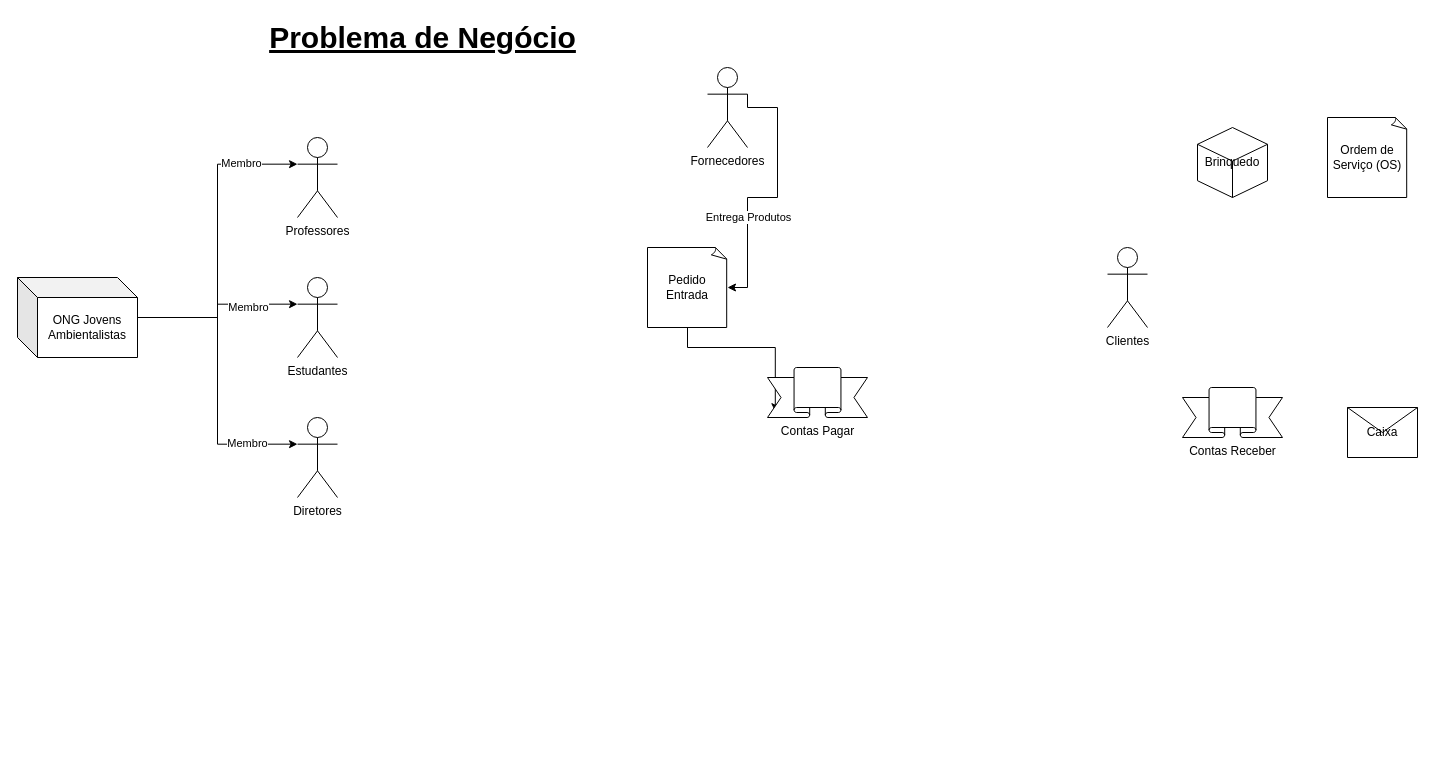
Earlier version of the draw.io diagram APS - Problema.drawio (CSFelix/UML). Source tidied: cells renumbered, new cells numbered last; positions are measured from the earlier drawing's top-left corner, leaving out a move shared by most shapes. Both pictures are drawn from the tidied source at 100%, with x=0, y=0 at pixel (17, 17).
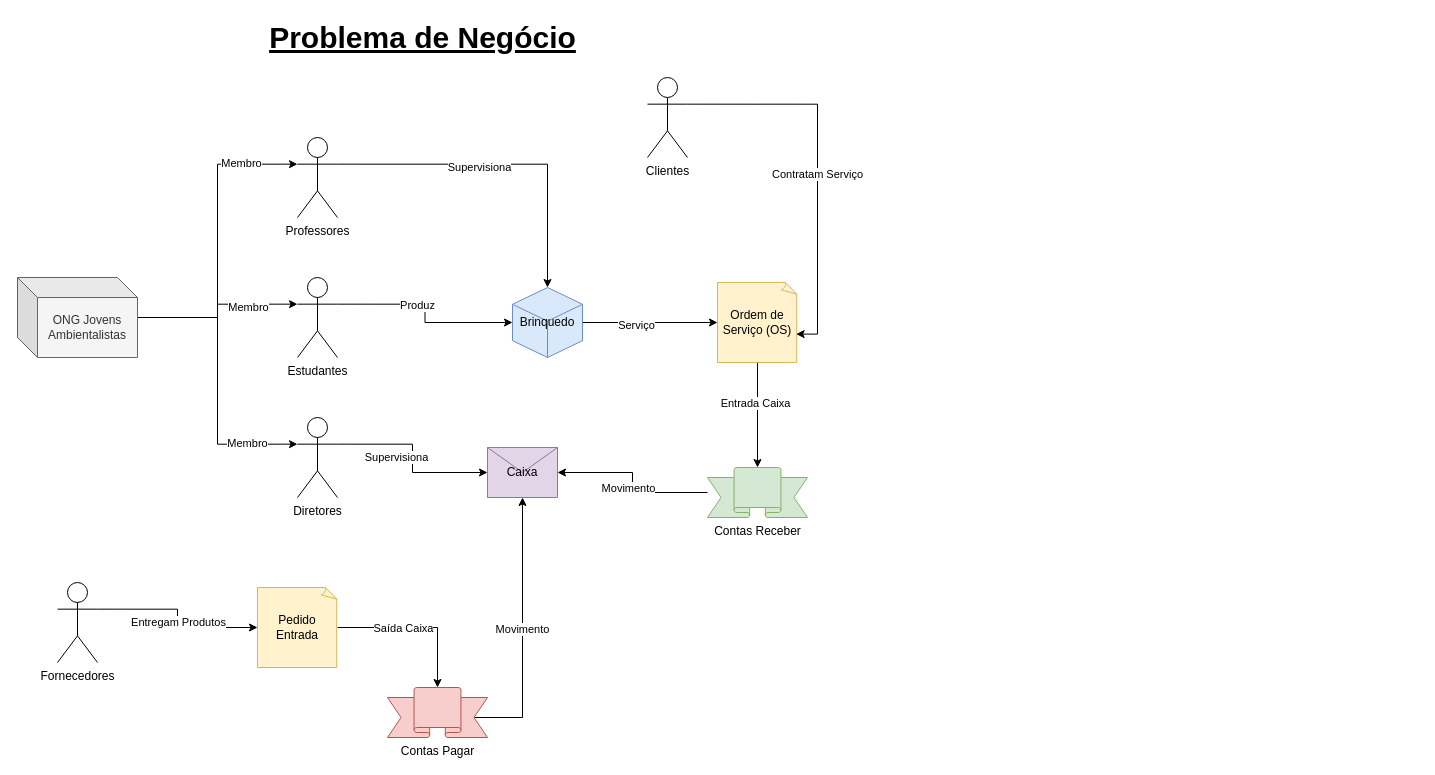
The same page after the edit.

Unchanged cells that the change refers to:
```xml
<mxCell id="3" value="Estudantes" style="shape=umlActor;verticalLabelPosition=bottom;verticalAlign=top;html=1;outlineConnect=0;" parent="1" vertex="1">
  <mxGeometry x="280" y="260" width="40" height="80" as="geometry" />
</mxCell>
<mxCell id="4" value="Professores" style="shape=umlActor;verticalLabelPosition=bottom;verticalAlign=top;html=1;outlineConnect=0;" parent="1" vertex="1">
  <mxGeometry x="280" y="120" width="40" height="80" as="geometry" />
</mxCell>
<mxCell id="5" value="Diretores" style="shape=umlActor;verticalLabelPosition=bottom;verticalAlign=top;html=1;outlineConnect=0;" parent="1" vertex="1">
  <mxGeometry x="280" y="400" width="40" height="80" as="geometry" />
</mxCell>
```

Diff of the diagram source:
```diff
@@
+    <mxCell id="24" style="edgeStyle=orthogonalEdgeStyle;rounded=0;jettySize=auto;html=1;exitX=1;exitY=0.3333333333333333;exitDx=0;exitDy=0;exitPerimeter=0;" parent="1" edge="1" source="3" target="6">
+      <mxGeometry relative="1" as="geometry" />
+    </mxCell>
+    <mxCell id="25" value="Produz" style="edgeLabel;html=1;align=center;verticalAlign=middle;" parent="24" vertex="1">
+      <mxGeometry x="-0.17" y="-1" relative="1" as="geometry" />
+    </mxCell>
@@
+    <mxCell id="26" style="edgeStyle=orthogonalEdgeStyle;rounded=0;jettySize=auto;html=1;exitX=1;exitY=0.3333333333333333;exitDx=0;exitDy=0;exitPerimeter=0;" parent="1" edge="1" source="4" target="6">
+      <mxGeometry relative="1" as="geometry" />
+    </mxCell>
+    <mxCell id="27" value="Supervisiona" style="edgeLabel;html=1;align=center;verticalAlign=middle;" parent="26" vertex="1">
+      <mxGeometry x="-0.15" y="-3" relative="1" as="geometry" />
+    </mxCell>
@@
+    <mxCell id="28" style="edgeStyle=orthogonalEdgeStyle;rounded=0;jettySize=auto;html=1;exitX=1;exitY=0.3333333333333333;exitDx=0;exitDy=0;exitPerimeter=0;" parent="1" edge="1" source="5" target="23">
+      <mxGeometry relative="1" as="geometry" />
+    </mxCell>
+    <mxCell id="29" value="Supervisiona" style="edgeLabel;html=1;align=center;verticalAlign=middle;" parent="28" vertex="1">
+      <mxGeometry x="-0.35" y="2" relative="1" as="geometry">
+        <mxPoint y="15.3" as="offset" />
+      </mxGeometry>
+    </mxCell>
@@
+    <mxCell id="30" style="edgeStyle=orthogonalEdgeStyle;rounded=0;jettySize=auto;html=1;" parent="1" edge="1" source="6" target="7">
+      <mxGeometry relative="1" as="geometry" />
+    </mxCell>
+    <mxCell id="31" value="Serviço" style="edgeLabel;html=1;align=center;verticalAlign=middle;" parent="30" vertex="1">
+      <mxGeometry x="-0.21" y="-2" relative="1" as="geometry" />
+    </mxCell>
-    <mxCell id="6" value="Brinquedo" style="whiteSpace=wrap;html=1;shape=mxgraph.basic.isocube;isoAngle=15;" parent="1" vertex="1">
-      <mxGeometry x="1180" y="110" width="70" height="70" as="geometry" />
+    <mxCell id="6" value="Brinquedo" style="whiteSpace=wrap;html=1;shape=mxgraph.basic.isocube;isoAngle=15;fillColor=#dae8fc;strokeColor=#6c8ebf;" parent="1" vertex="1">
+      <mxGeometry x="495" y="270" width="70" height="70" as="geometry" />
     </mxCell>
+    <mxCell id="32" style="edgeStyle=orthogonalEdgeStyle;rounded=0;jettySize=auto;html=1;" parent="1" edge="1" source="7" target="11">
+      <mxGeometry relative="1" as="geometry" />
+    </mxCell>
+    <mxCell id="33" value="Entrada Caixa" style="edgeLabel;html=1;align=center;verticalAlign=middle;" parent="32" vertex="1">
+      <mxGeometry x="-0.23" y="-3" relative="1" as="geometry" />
+    </mxCell>
-    <mxCell id="7" value="Ordem de Serviço (OS)" style="whiteSpace=wrap;html=1;shape=mxgraph.basic.document;" parent="1" vertex="1">
-      <mxGeometry x="1310" y="100" width="80" height="80" as="geometry" />
+    <mxCell id="7" value="Ordem de Serviço (OS)" style="whiteSpace=wrap;html=1;shape=mxgraph.basic.document;fillColor=#fff2cc;strokeColor=#d6b656;" parent="1" vertex="1">
+      <mxGeometry x="700" y="265" width="80" height="80" as="geometry" />
     </mxCell>
-    <mxCell id="8" style="edgeStyle=orthogonalEdgeStyle;rounded=0;jettySize=auto;html=1;entryX=0.078;entryY=0.884;entryDx=0;entryDy=0;entryPerimeter=0;exitX=0.5;exitY=1;exitDx=0;exitDy=0;exitPerimeter=0;" parent="1" edge="1" source="9" target="10">
+    <mxCell id="8" style="edgeStyle=orthogonalEdgeStyle;rounded=0;jettySize=auto;html=1;" parent="1" edge="1" source="9" target="10">
       <mxGeometry relative="1" as="geometry" />
     </mxCell>
+    <mxCell id="34" value="Saída Caixa" style="edgeLabel;html=1;align=center;verticalAlign=middle;" parent="8" vertex="1">
+      <mxGeometry x="-0.19" relative="1" as="geometry" />
+    </mxCell>
-    <mxCell id="9" value="Pedido Entrada" style="whiteSpace=wrap;html=1;shape=mxgraph.basic.document;" parent="1" vertex="1">
-      <mxGeometry x="630" y="230" width="80" height="80" as="geometry" />
+    <mxCell id="9" value="Pedido Entrada" style="whiteSpace=wrap;html=1;shape=mxgraph.basic.document;fillColor=#fff2cc;strokeColor=#d6b656;" parent="1" vertex="1">
+      <mxGeometry x="240" y="570" width="80" height="80" as="geometry" />
     </mxCell>
+    <mxCell id="35" style="edgeStyle=orthogonalEdgeStyle;rounded=0;jettySize=auto;html=1;exitX=0.87;exitY=0.6;exitDx=0;exitDy=0;exitPerimeter=0;" parent="1" edge="1" source="10" target="23">
+      <mxGeometry relative="1" as="geometry">
+        <Array as="points">
+          <mxPoint x="505" y="700" />
+        </Array>
+      </mxGeometry>
+    </mxCell>
+    <mxCell id="36" value="Movimento" style="edgeLabel;html=1;align=center;verticalAlign=middle;" parent="35" vertex="1">
+      <mxGeometry x="-0.52" y="1" relative="1" as="geometry">
+        <mxPoint y="-73" as="offset" />
+      </mxGeometry>
+    </mxCell>
-    <mxCell id="10" value="Contas Pagar" style="verticalLabelPosition=bottom;verticalAlign=top;html=1;shape=mxgraph.basic.banner;" parent="1" vertex="1">
-      <mxGeometry x="750" y="350" width="100" height="50" as="geometry" />
+    <mxCell id="10" value="Contas Pagar" style="verticalLabelPosition=bottom;verticalAlign=top;html=1;shape=mxgraph.basic.banner;fillColor=#f8cecc;strokeColor=#b85450;" parent="1" vertex="1">
+      <mxGeometry x="370" y="670" width="100" height="50" as="geometry" />
     </mxCell>
+    <mxCell id="37" style="edgeStyle=orthogonalEdgeStyle;rounded=0;jettySize=auto;html=1;" parent="1" edge="1" source="11" target="23">
+      <mxGeometry relative="1" as="geometry" />
+    </mxCell>
+    <mxCell id="38" value="Movimento" style="edgeLabel;html=1;align=center;verticalAlign=middle;" parent="37" vertex="1">
+      <mxGeometry x="0.28" y="-3" relative="1" as="geometry">
+        <mxPoint x="9" y="18" as="offset" />
+      </mxGeometry>
+    </mxCell>
-    <mxCell id="11" value="Contas Receber" style="verticalLabelPosition=bottom;verticalAlign=top;html=1;shape=mxgraph.basic.banner;" parent="1" vertex="1">
-      <mxGeometry x="1165" y="370" width="100" height="50" as="geometry" />
+    <mxCell id="11" value="Contas Receber" style="verticalLabelPosition=bottom;verticalAlign=top;html=1;shape=mxgraph.basic.banner;fillColor=#d5e8d4;strokeColor=#82b366;" parent="1" vertex="1">
+      <mxGeometry x="690" y="450" width="100" height="50" as="geometry" />
     </mxCell>
@@
-    <mxCell id="18" value="ONG Jovens Ambientalistas" style="shape=cube;whiteSpace=wrap;html=1;boundedLbl=1;backgroundOutline=1;darkOpacity=0.05;darkOpacity2=0.1;" parent="1" vertex="1">
+    <mxCell id="18" value="ONG Jovens Ambientalistas" style="shape=cube;whiteSpace=wrap;html=1;boundedLbl=1;backgroundOutline=1;darkOpacity=0.05;darkOpacity2=0.1;fillColor=#f5f5f5;strokeColor=#666666;fontColor=#333333;" parent="1" vertex="1">
       <mxGeometry y="260" width="120" height="80" as="geometry" />
     </mxCell>
+    <mxCell id="39" style="edgeStyle=orthogonalEdgeStyle;rounded=0;jettySize=auto;html=1;exitX=1;exitY=0.3333333333333333;exitDx=0;exitDy=0;exitPerimeter=0;entryX=0.983;entryY=0.645;entryDx=0;entryDy=0;entryPerimeter=0;" parent="1" edge="1" source="19" target="7">
+      <mxGeometry relative="1" as="geometry">
+        <Array as="points">
+          <mxPoint x="800" y="87" />
+          <mxPoint x="800" y="317" />
+        </Array>
+      </mxGeometry>
+    </mxCell>
+    <mxCell id="40" value="Contratam Serviço" style="edgeLabel;html=1;align=center;verticalAlign=middle;" parent="39" vertex="1">
+      <mxGeometry x="0.05" y="-1" relative="1" as="geometry" />
+    </mxCell>
     <mxCell id="19" value="Clientes" style="shape=umlActor;verticalLabelPosition=bottom;verticalAlign=top;html=1;outlineConnect=0;" parent="1" vertex="1">
-      <mxGeometry x="1090" y="230" width="40" height="80" as="geometry" />
+      <mxGeometry x="630" y="60" width="40" height="80" as="geometry" />
     </mxCell>
-    <mxCell id="20" style="edgeStyle=orthogonalEdgeStyle;rounded=0;jettySize=auto;html=1;entryX=1;entryY=0.5;entryDx=0;entryDy=0;entryPerimeter=0;exitX=1;exitY=0.3333333333333333;exitDx=0;exitDy=0;exitPerimeter=0;" parent="1" edge="1" source="22" target="9">
-      <mxGeometry relative="1" as="geometry">
-        <Array as="points">
-          <mxPoint x="730" y="90" />
-          <mxPoint x="760" y="90" />
-          <mxPoint x="760" y="180" />
-          <mxPoint x="730" y="180" />
-          <mxPoint x="730" y="270" />
-        </Array>
-      </mxGeometry>
+    <mxCell id="20" style="edgeStyle=orthogonalEdgeStyle;rounded=0;jettySize=auto;html=1;exitX=1;exitY=0.3333333333333333;exitDx=0;exitDy=0;exitPerimeter=0;" parent="1" edge="1" source="22" target="9">
+      <mxGeometry relative="1" as="geometry" />
     </mxCell>
-    <mxCell id="21" value="Entrega Produtos" style="edgeLabel;html=1;align=center;verticalAlign=middle;" parent="20" vertex="1">
-      <mxGeometry x="0.68" relative="1" as="geometry">
-        <mxPoint y="-46.7" as="offset" />
-      </mxGeometry>
-    </mxCell>
+    <mxCell id="41" value="Entregam Produtos" style="edgeLabel;html=1;align=center;verticalAlign=middle;" parent="20" vertex="1">
+      <mxGeometry x="-0.36" y="2" relative="1" as="geometry">
+        <mxPoint x="23" y="15.3" as="offset" />
+      </mxGeometry>
+    </mxCell>
     <mxCell id="22" value="Fornecedores" style="shape=umlActor;verticalLabelPosition=bottom;verticalAlign=top;html=1;outlineConnect=0;" parent="1" vertex="1">
-      <mxGeometry x="690" y="50" width="40" height="80" as="geometry" />
+      <mxGeometry x="40" y="565" width="40" height="80" as="geometry" />
     </mxCell>
-    <mxCell id="23" value="Caixa" style="shape=message;html=1;whiteSpace=wrap;html=1;outlineConnect=0;" parent="1" vertex="1">
-      <mxGeometry x="1330" y="390" width="70" height="50" as="geometry" />
+    <mxCell id="23" value="Caixa" style="shape=message;html=1;whiteSpace=wrap;html=1;outlineConnect=0;fillColor=#e1d5e7;strokeColor=#9673a6;" parent="1" vertex="1">
+      <mxGeometry x="470" y="430" width="70" height="50" as="geometry" />
     </mxCell>
```
